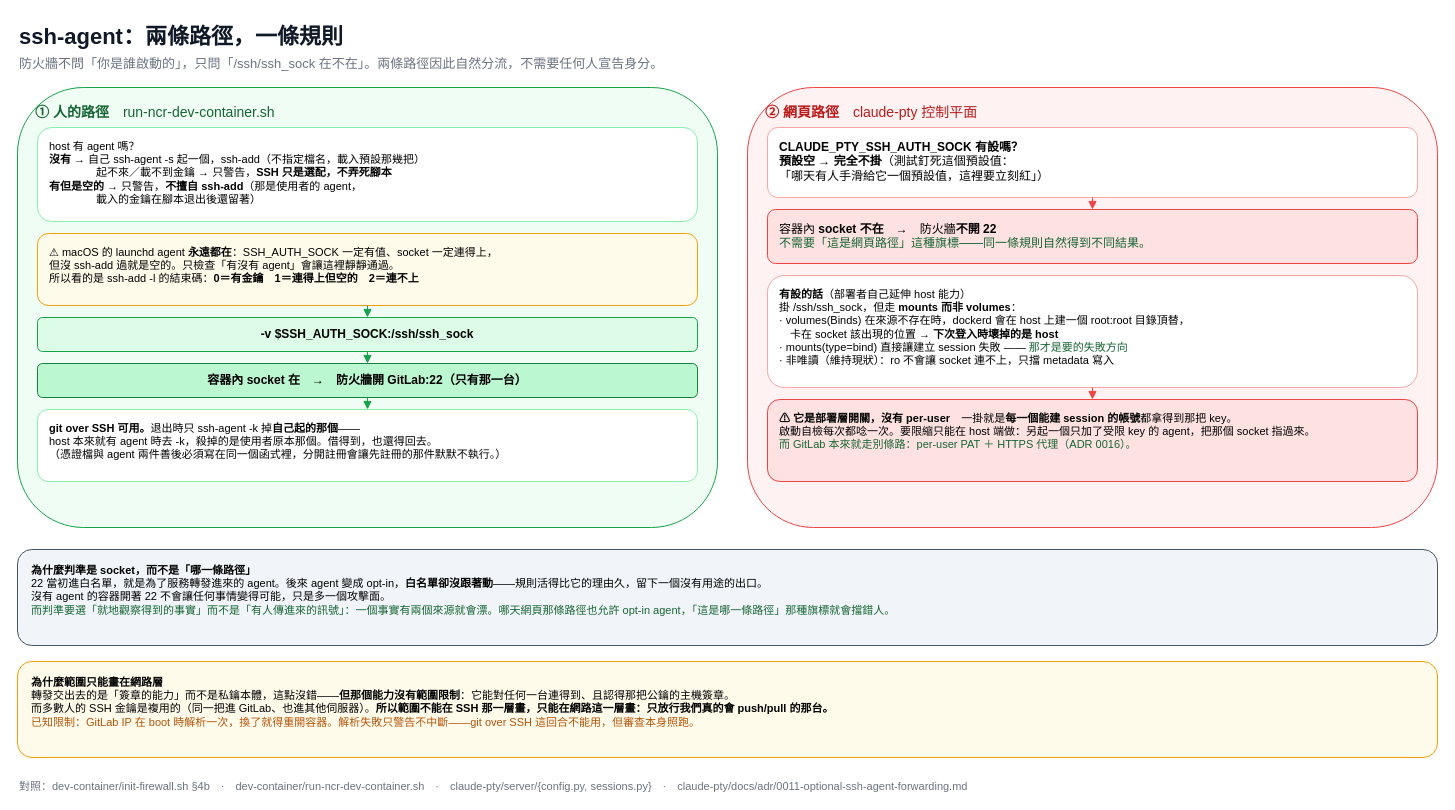
The draw.io diagram page "2. ssh-agent：兩條路徑，一條規則" (2 of 3) of docs/dev-container.drawio in nathanfhh/30-days-ironman, before the edit. Source tidied: cells renumbered, new cells numbered last; positions are measured from the earlier drawing's top-left corner, leaving out a move shared by most shapes. Both pictures are drawn from the tidied source at 100%, with x=0, y=0 at pixel (17, 17).
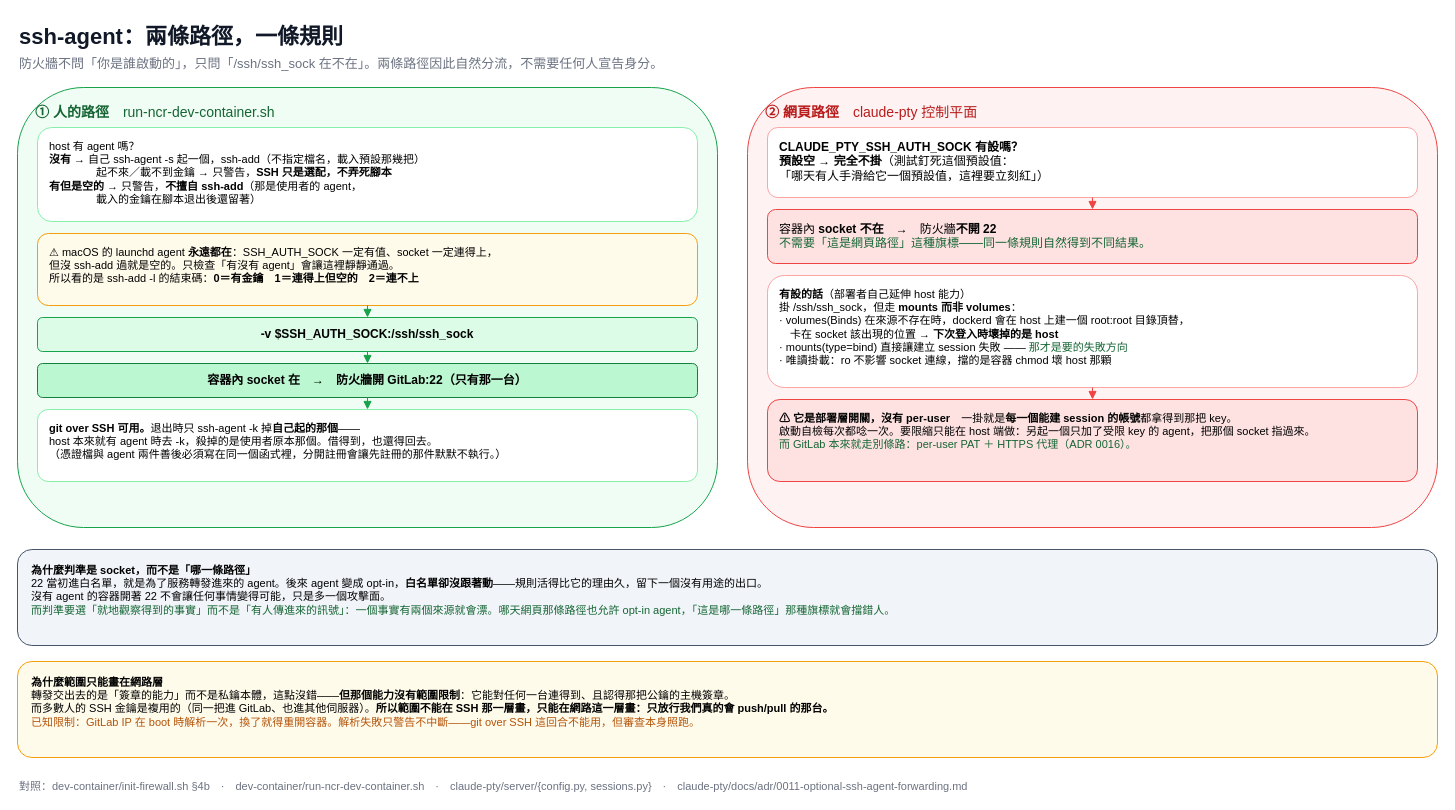
The same page after the edit.

Commit message (it also covers changes not shown here):
feat(ssh-agent): socket 改成唯讀掛載

Diff of the diagram source:
```diff
@@
-    <mxCell id="18" value="&lt;b&gt;有設的話&lt;/b&gt;（部署者自己延伸 host 能力）&#10;掛 /ssh/ssh_sock，但走 &lt;b&gt;mounts 而非 volumes&lt;/b&gt;：&#10;· volumes(Binds) 在來源不存在時，dockerd 會在 host 上建一個 root:root 目錄頂替，&#10;　卡在 socket 該出現的位置 → &lt;b&gt;下次登入時壞掉的是 host&lt;/b&gt;&#10;· mounts(type=bind) 直接讓建立 session 失敗 —— &lt;font color=&quot;#166534&quot;&gt;那才是要的失敗方向&lt;/font&gt;&#10;· 非唯讀（維持現狀）：ro 不會讓 socket 連不上，只擋 metadata 寫入" style="rounded=1;whiteSpace=wrap;html=1;fillColor=#ffffff;strokeColor=#fca5a5;fontSize=11;align=left;spacingLeft=10;verticalAlign=top;spacingTop=6;" parent="1" vertex="1">
+    <mxCell id="18" value="&lt;b&gt;有設的話&lt;/b&gt;（部署者自己延伸 host 能力）&#10;掛 /ssh/ssh_sock，但走 &lt;b&gt;mounts 而非 volumes&lt;/b&gt;：&#10;· volumes(Binds) 在來源不存在時，dockerd 會在 host 上建一個 root:root 目錄頂替，&#10;　卡在 socket 該出現的位置 → &lt;b&gt;下次登入時壞掉的是 host&lt;/b&gt;&#10;· mounts(type=bind) 直接讓建立 session 失敗 —— &lt;font color=&quot;#166534&quot;&gt;那才是要的失敗方向&lt;/font&gt;&#10;· 唯讀掛載：ro 不影響 socket 連線，擋的是容器 chmod 壞 host 那顆" style="rounded=1;whiteSpace=wrap;html=1;fillColor=#ffffff;strokeColor=#fca5a5;fontSize=11;align=left;spacingLeft=10;verticalAlign=top;spacingTop=6;" parent="1" vertex="1">
       <mxGeometry x="750" y="258" width="650" height="112" as="geometry" />
     </mxCell>
```
